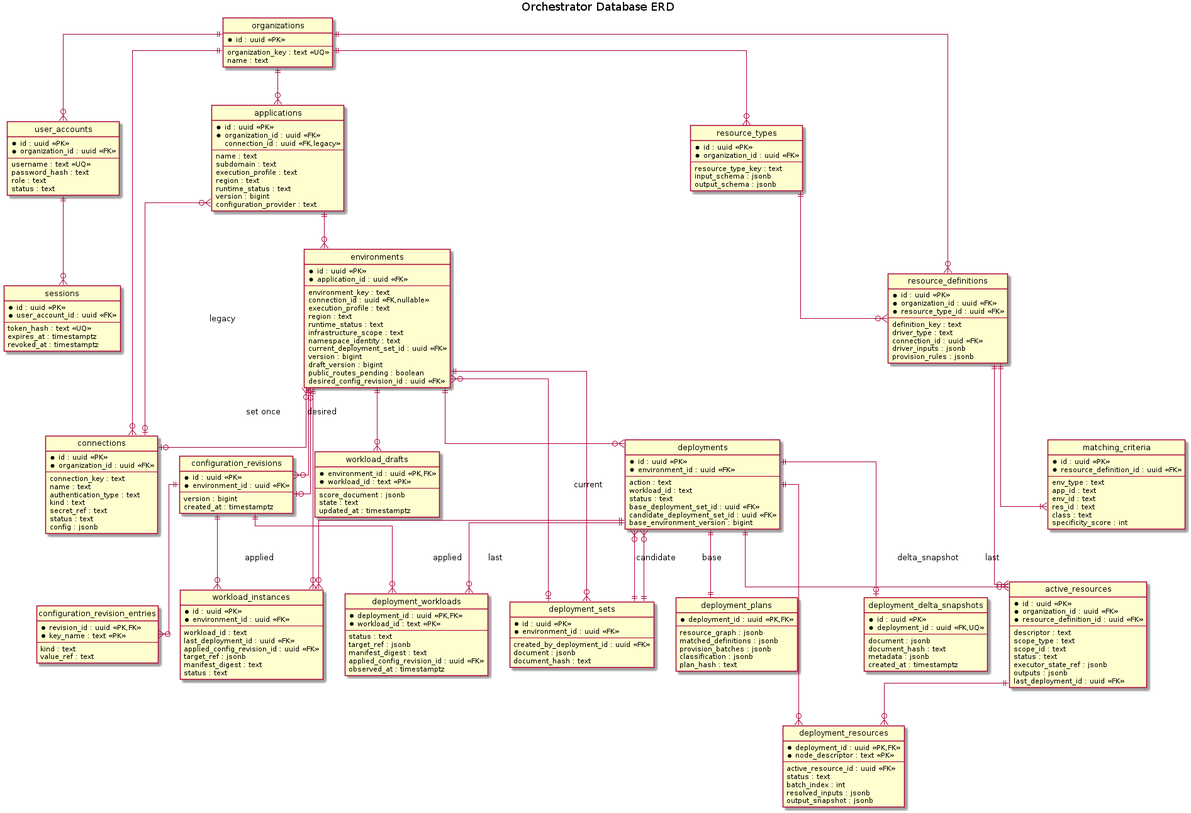
This is orchestrator_docs/architecture/database/erd.png from pr3s3nt/poc, a PlantUML export, as it was before one commit. Its source is kept beside it as orchestrator_docs/architecture/database/erd.puml.
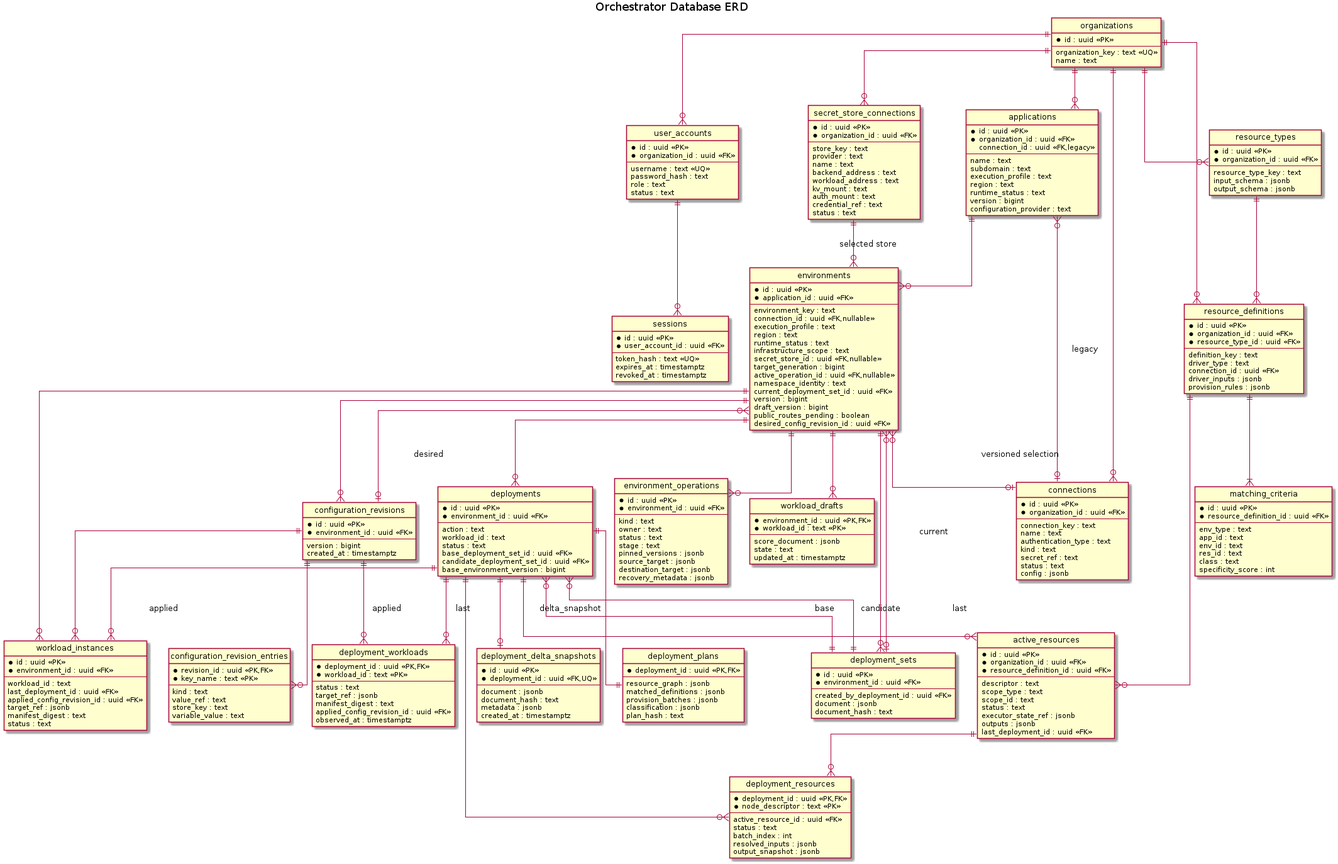
The same diagram one commit later.

Change to the diagram source:
```diff
@@ -38,6 +38,33 @@
   status : text
   config : jsonb
 }
+entity secret_store_connections {
+ * id : uuid <<PK>>
+ * organization_id : uuid <<FK>>
+ --
+ store_key : text
+ provider : text
+ name : text
+ backend_address : text
+ workload_address : text
+ kv_mount : text
+ auth_mount : text
+ credential_ref : text
+ status : text
+}
+entity environment_operations {
+ * id : uuid <<PK>>
+ * environment_id : uuid <<FK>>
+ --
+ kind : text
+ owner : text
+ status : text
+ stage : text
+ pinned_versions : jsonb
+ source_target : jsonb
+ destination_target : jsonb
+ recovery_metadata : jsonb
+}
 entity applications {
   * id : uuid <<PK>>
   * organization_id : uuid <<FK>>
@@ -61,6 +88,9 @@
   region : text
   runtime_status : text
   infrastructure_scope : text
+  secret_store_id : uuid <<FK,nullable>>
+  target_generation : bigint
+  active_operation_id : uuid <<FK,nullable>>
   namespace_identity : text
   current_deployment_set_id : uuid <<FK>>
   version : bigint
@@ -81,6 +111,8 @@
   --
   kind : text
   value_ref : text
+  store_key : text
+  variable_value : text
 }
 entity workload_drafts {
   * environment_id : uuid <<PK,FK>>
@@ -209,7 +241,7 @@
 organizations ||--o{ resource_types
 organizations ||--o{ resource_definitions
 applications }o--o| connections : legacy
-environments }o--o| connections : set once
+environments }o--o| connections : versioned selection
 applications ||--o{ environments
 environments ||--o{ deployment_sets
 environments ||--o{ deployments
@@ -233,4 +265,7 @@
 active_resources ||--o{ deployment_resources
 deployments ||--o{ active_resources : last
 deployments ||--o{ workload_instances : last
+organizations ||--o{ secret_store_connections
+secret_store_connections ||--o{ environments : selected store
+environments ||--o{ environment_operations
 @enduml
```
